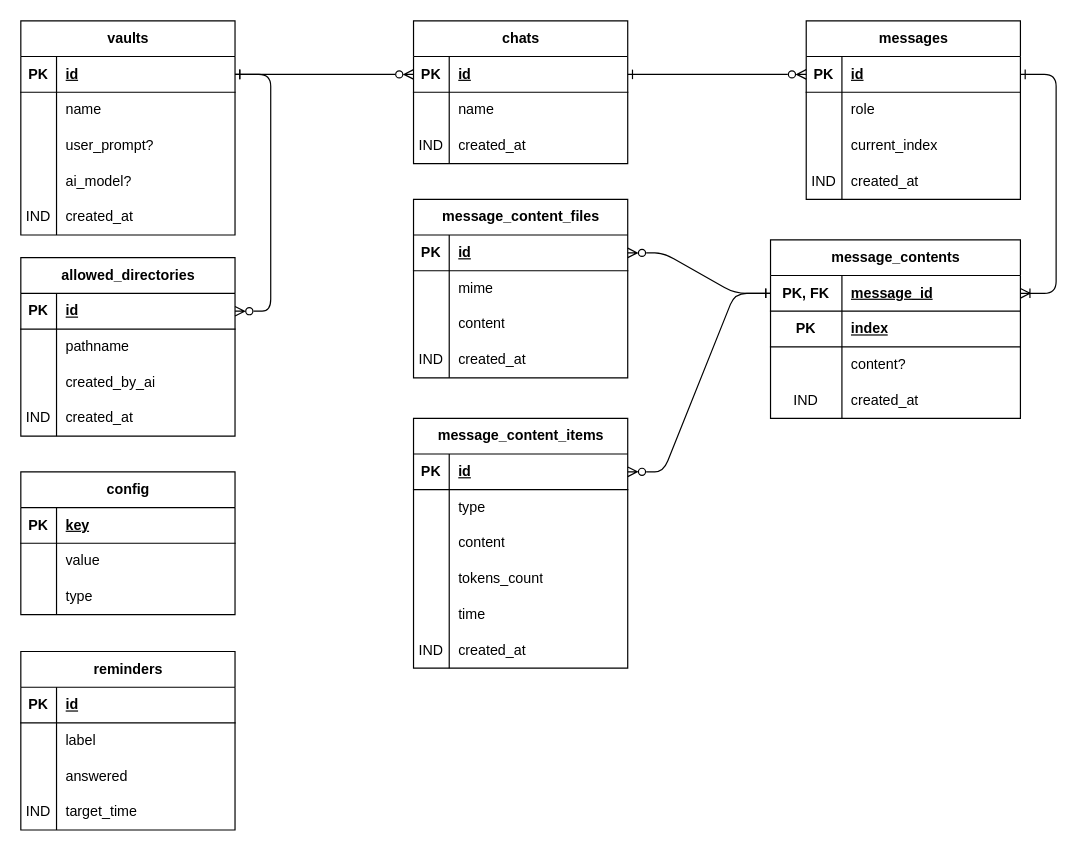
RobotoSkunk/simple-chatbot keeps this draw.io diagram as docs/schema.drawio. Above is the earlier version. Source tidied: cells renumbered, new cells numbered last; positions are measured from the earlier drawing's top-left corner, leaving out a move shared by most shapes. Both pictures are drawn from the tidied source at 119%, with x=0, y=0 at pixel (20, 20).
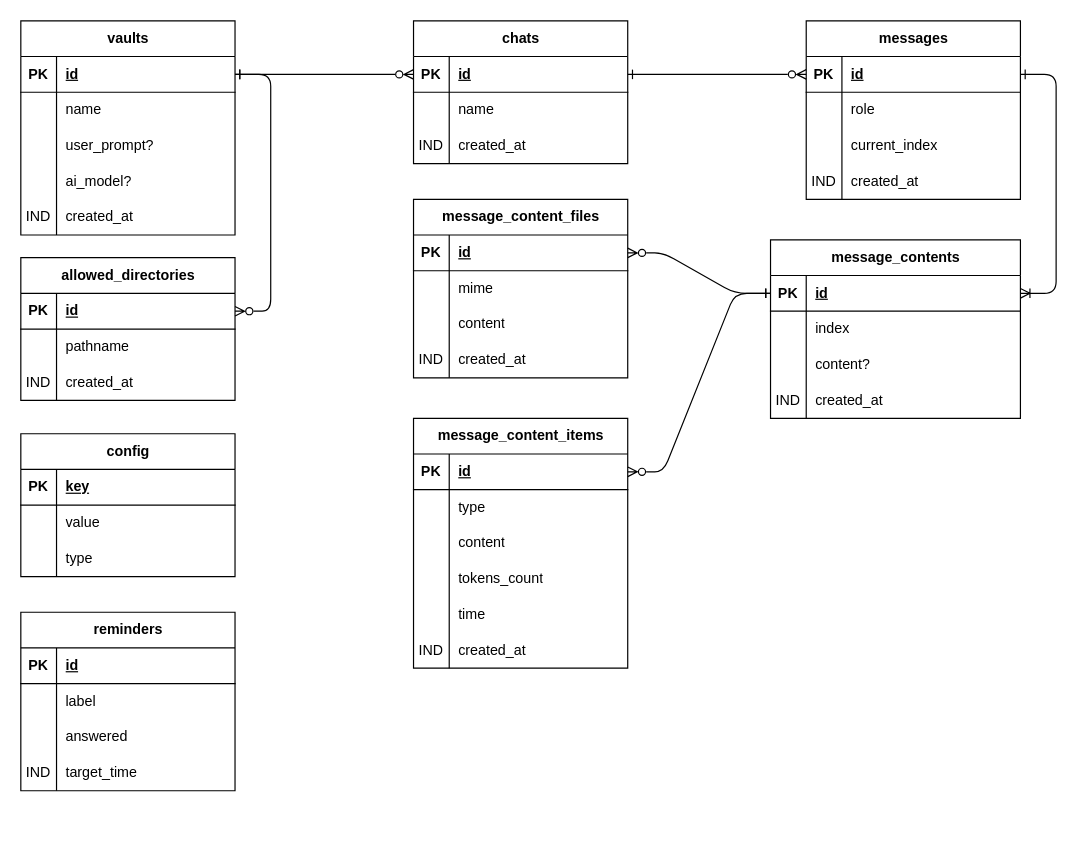
The same page after the edit.

The change refers to these unchanged cells:
```xml
<mxCell id="55" value="message_contents" style="shape=table;startSize=30;childLayout=tableLayout;rowLines=0;fontStyle=1;align=center;html=1;" parent="1" vertex="1">
  <mxGeometry x="630" y="184" width="210" height="150" as="geometry" />
</mxCell>
<mxCell id="56" style="shape=tableRow;horizontal=0;startSize=0;swimlaneHead=0;swimlaneBody=0;fillColor=none;points=[[0,0.5],[1,0.5]];portConstraint=eastwest;top=0;left=0;right=0;bottom=1;" parent="55" vertex="1">
  <mxGeometry y="30" width="210" height="30" as="geometry" />
</mxCell>
<mxCell id="65" style="shape=tableRow;horizontal=0;startSize=0;swimlaneHead=0;swimlaneBody=0;fillColor=none;top=0;left=0;right=0;bottom=0;" parent="55" vertex="1">
  <mxGeometry y="120" width="210" height="30" as="geometry" />
</mxCell>
```

The edit, as a diff of the source:
```diff
@@
     <mxCell id="18" value="allowed_directories" style="shape=table;startSize=30;childLayout=tableLayout;rowLines=0;fontStyle=1;align=center;html=1;" parent="1" vertex="1">
-      <mxGeometry y="199" width="180" height="150" as="geometry" />
+      <mxGeometry y="199" width="180" height="120" as="geometry" />
     </mxCell>
@@
-    <mxCell id="25" style="shape=tableRow;horizontal=0;startSize=0;swimlaneHead=0;swimlaneBody=0;fillColor=none;top=0;left=0;right=0;bottom=0;" parent="18" vertex="1">
-      <mxGeometry y="90" width="180" height="30" as="geometry" />
-    </mxCell>
-    <mxCell id="26" style="shape=partialRectangle;fillColor=none;top=0;left=0;bottom=0;right=0;overflow=hidden;whiteSpace=wrap;html=1;" parent="25" vertex="1">
-      <mxGeometry width="30" height="30" as="geometry" />
-    </mxCell>
-    <mxCell id="27" value="created_by_ai" style="shape=partialRectangle;fillColor=none;top=0;left=0;bottom=0;right=0;align=left;spacingLeft=6;overflow=hidden;whiteSpace=wrap;html=1;" parent="25" vertex="1">
-      <mxGeometry x="30" width="150" height="30" as="geometry" />
-    </mxCell>
     <mxCell id="28" style="shape=tableRow;horizontal=0;startSize=0;swimlaneHead=0;swimlaneBody=0;fillColor=none;top=0;left=0;right=0;bottom=0;" parent="18" vertex="1">
-      <mxGeometry y="120" width="180" height="30" as="geometry" />
+      <mxGeometry y="90" width="180" height="30" as="geometry" />
     </mxCell>
@@
-    <mxCell id="57" value="PK, FK" style="shape=partialRectangle;fillColor=none;top=0;left=0;bottom=0;right=0;fontStyle=1;overflow=hidden;whiteSpace=wrap;html=1;" parent="56" vertex="1">
-      <mxGeometry width="60" height="30" as="geometry" />
+    <mxCell id="57" value="PK" style="shape=partialRectangle;fillColor=none;top=0;left=0;bottom=0;right=0;fontStyle=1;overflow=hidden;whiteSpace=wrap;html=1;" parent="56" vertex="1">
+      <mxGeometry width="30" height="30" as="geometry" />
     </mxCell>
-    <mxCell id="58" value="message_id" style="shape=partialRectangle;fillColor=none;top=0;left=0;bottom=0;right=0;align=left;spacingLeft=6;fontStyle=5;overflow=hidden;whiteSpace=wrap;html=1;" parent="56" vertex="1">
-      <mxGeometry x="60" width="150" height="30" as="geometry" />
+    <mxCell id="58" value="id" style="shape=partialRectangle;fillColor=none;top=0;left=0;bottom=0;right=0;align=left;spacingLeft=6;fontStyle=5;overflow=hidden;whiteSpace=wrap;html=1;" parent="56" vertex="1">
+      <mxGeometry x="30" width="180" height="30" as="geometry" />
     </mxCell>
-    <mxCell id="59" style="shape=tableRow;horizontal=0;startSize=0;swimlaneHead=0;swimlaneBody=0;fillColor=none;top=0;left=0;right=0;bottom=1;swimlaneLine=1;" parent="55" vertex="1">
-      <mxGeometry y="60" width="210" height="30" as="geometry" />
-    </mxCell>
-    <mxCell id="60" value="PK" style="shape=partialRectangle;fillColor=none;top=0;left=0;bottom=0;right=0;fontStyle=1;overflow=hidden;whiteSpace=wrap;html=1;" parent="59" vertex="1">
-      <mxGeometry width="60" height="30" as="geometry" />
-    </mxCell>
-    <mxCell id="61" value="index" style="shape=partialRectangle;fillColor=none;top=0;left=0;bottom=0;right=0;align=left;spacingLeft=6;fontStyle=5;overflow=hidden;whiteSpace=wrap;html=1;" parent="59" vertex="1">
-      <mxGeometry x="60" width="150" height="30" as="geometry" />
-    </mxCell>
     <mxCell id="62" style="shape=tableRow;horizontal=0;startSize=0;swimlaneHead=0;swimlaneBody=0;fillColor=none;top=0;left=0;right=0;bottom=0;" parent="55" vertex="1">
-      <mxGeometry y="90" width="210" height="30" as="geometry" />
+      <mxGeometry y="60" width="210" height="30" as="geometry" />
     </mxCell>
     <mxCell id="63" style="shape=partialRectangle;fillColor=none;top=0;left=0;bottom=0;right=0;overflow=hidden;whiteSpace=wrap;html=1;" parent="62" vertex="1">
-      <mxGeometry width="60" height="30" as="geometry" />
+      <mxGeometry width="30" height="30" as="geometry" />
     </mxCell>
-    <mxCell id="64" value="content?" style="shape=partialRectangle;fillColor=none;top=0;left=0;bottom=0;right=0;align=left;spacingLeft=6;overflow=hidden;whiteSpace=wrap;html=1;" parent="62" vertex="1">
-      <mxGeometry x="60" width="150" height="30" as="geometry" />
+    <mxCell id="64" value="index" style="shape=partialRectangle;fillColor=none;top=0;left=0;bottom=0;right=0;align=left;spacingLeft=6;overflow=hidden;whiteSpace=wrap;html=1;" parent="62" vertex="1">
+      <mxGeometry x="30" width="180" height="30" as="geometry" />
     </mxCell>
+    <mxCell id="128" style="shape=tableRow;horizontal=0;startSize=0;swimlaneHead=0;swimlaneBody=0;fillColor=none;top=0;left=0;right=0;bottom=0;" parent="55" vertex="1">
+      <mxGeometry y="90" width="210" height="30" as="geometry" />
+    </mxCell>
+    <mxCell id="26" style="shape=partialRectangle;fillColor=none;top=0;left=0;bottom=0;right=0;overflow=hidden;whiteSpace=wrap;html=1;" parent="128" vertex="1">
+      <mxGeometry width="30" height="30" as="geometry" />
+    </mxCell>
+    <mxCell id="129" value="content?" style="shape=partialRectangle;fillColor=none;top=0;left=0;bottom=0;right=0;align=left;spacingLeft=6;overflow=hidden;whiteSpace=wrap;html=1;" parent="128" vertex="1">
+      <mxGeometry x="30" width="180" height="30" as="geometry" />
+    </mxCell>
@@
     <mxCell id="66" value="IND" style="shape=partialRectangle;fillColor=none;top=0;left=0;bottom=0;right=0;overflow=hidden;whiteSpace=wrap;html=1;" parent="65" vertex="1">
-      <mxGeometry width="60" height="30" as="geometry" />
+      <mxGeometry width="30" height="30" as="geometry" />
     </mxCell>
     <mxCell id="67" value="created_at" style="shape=partialRectangle;fillColor=none;top=0;left=0;bottom=0;right=0;align=left;spacingLeft=6;overflow=hidden;whiteSpace=wrap;html=1;" parent="65" vertex="1">
-      <mxGeometry x="60" width="150" height="30" as="geometry" />
+      <mxGeometry x="30" width="180" height="30" as="geometry" />
     </mxCell>
@@
     <mxCell id="91" value="config" style="shape=table;startSize=30;childLayout=tableLayout;rowLines=0;fontStyle=1;align=center;html=1;" parent="1" vertex="1">
-      <mxGeometry y="379" width="180" height="120" as="geometry" />
+      <mxGeometry y="347" width="180" height="120" as="geometry" />
     </mxCell>
@@
     <mxCell id="115" value="reminders" style="shape=table;startSize=30;childLayout=tableLayout;rowLines=0;fontStyle=1;align=center;html=1;" parent="1" vertex="1">
-      <mxGeometry y="530" width="180" height="150" as="geometry" />
+      <mxGeometry y="497" width="180" height="150" as="geometry" />
     </mxCell>
```
